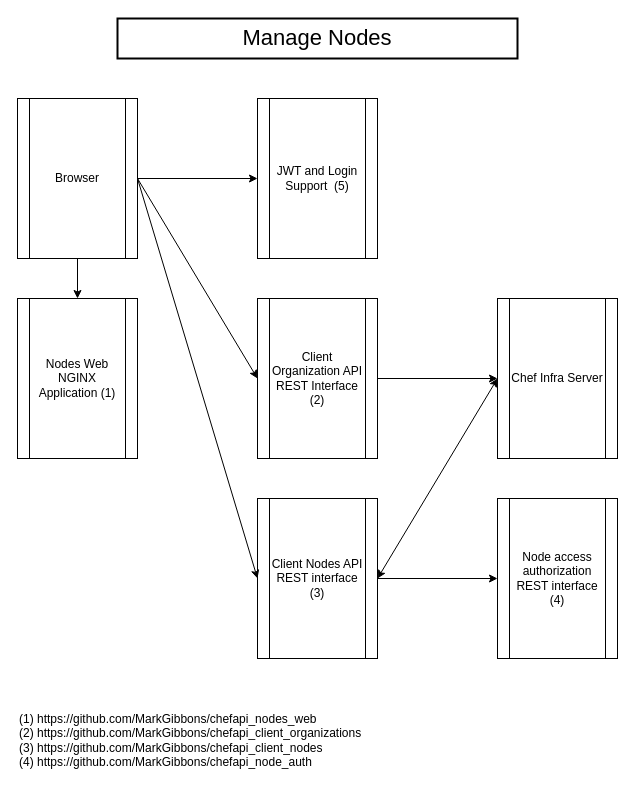
Above: ClientNodesComponents.drawio in MarkGibbons/chefapi_web (draw.io), before the change. Source tidied: cells renumbered, new cells numbered last; positions are measured from the earlier drawing's top-left corner, leaving out a move shared by most shapes. Both pictures are drawn from the tidied source at 100%, with x=0, y=0 at pixel (17, 18).
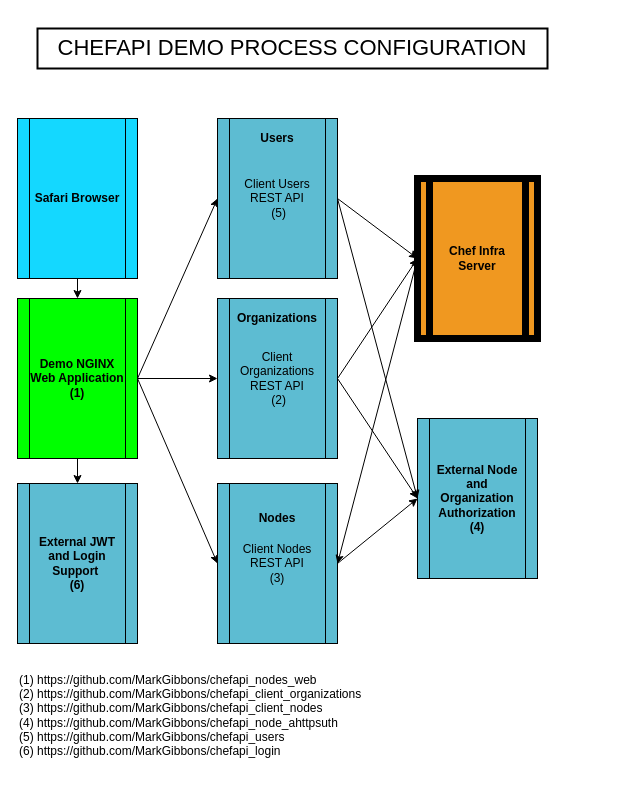
The same diagram, later.

Diff of the diagram source:
```diff
@@
-<mxGraphModel>
+<mxGraphModel background="#ffffff">
@@
-    <mxCell id="2" value="Node access authorization&lt;br&gt;REST interface (4)" style="shape=process;whiteSpace=wrap;html=1;backgroundOutline=1;" parent="1" vertex="1">
-      <mxGeometry x="480" y="480" width="120" height="160" as="geometry" />
+    <mxCell id="2" value="&lt;b&gt;External Node and Organization Authorization&lt;br&gt;(4)&lt;/b&gt;" style="shape=process;whiteSpace=wrap;html=1;backgroundOutline=1;fillColor=#5dbcd2;" parent="1" vertex="1">
+      <mxGeometry x="400" y="400" width="120" height="160" as="geometry" />
     </mxCell>
-    <mxCell id="3" value="&lt;br&gt;(1) https://github.com/MarkGibbons/chefapi_nodes_web&lt;br&gt;(2) https://github.com/MarkGibbons/chefapi_client_organizations&lt;br&gt;(3) https://github.com/MarkGibbons/chefapi_client_nodes&lt;br&gt;(4) https://github.com/MarkGibbons/chefapi_node_auth" style="text;html=1;align=left;verticalAlign=middle;" parent="1" vertex="1">
-      <mxGeometry y="675" width="360" height="80" as="geometry" />
+    <mxCell id="3" value="&lt;br&gt;(1) https://github.com/MarkGibbons/chefapi_nodes_web&lt;br&gt;(2) https://github.com/MarkGibbons/chefapi_client_organizations&lt;br&gt;(3) https://github.com/MarkGibbons/chefapi_client_nodes&lt;br&gt;(4) https://github.com/MarkGibbons/chefapi_node_ahttpsuth&lt;br&gt;(5) https://github.com/MarkGibbons/chefapi_users&lt;br&gt;(6) https://github.com/MarkGibbons/chefapi_login" style="text;html=1;align=left;verticalAlign=middle;fontFamily=arial;" parent="1" vertex="1">
+      <mxGeometry y="640" width="360" height="100" as="geometry" />
     </mxCell>
@@
-    <mxCell id="5" value="Browser" style="shape=process;whiteSpace=wrap;html=1;backgroundOutline=1;" parent="1" vertex="1">
-      <mxGeometry y="80" width="120" height="160" as="geometry" />
+    <mxCell id="5" value="&lt;b&gt;Safari Browser&lt;/b&gt;" style="shape=process;whiteSpace=wrap;html=1;backgroundOutline=1;fillColor=#14D8FF;fontFamily=arial;" parent="1" vertex="1">
+      <mxGeometry y="100" width="120" height="160" as="geometry" />
     </mxCell>
@@
-    <mxCell id="7" value="Chef Infra Server" style="shape=process;whiteSpace=wrap;html=1;backgroundOutline=1;" parent="1" vertex="1">
-      <mxGeometry x="480" y="280" width="120" height="160" as="geometry" />
-    </mxCell>
-    <mxCell id="8" value="Client Nodes API REST interface (3)" style="shape=process;whiteSpace=wrap;html=1;backgroundOutline=1;" parent="1" vertex="1">
-      <mxGeometry x="240" y="480" width="120" height="160" as="geometry" />
+    <mxCell id="8" value="Client Nodes REST API &lt;br&gt;(3)" style="shape=process;whiteSpace=wrap;html=1;backgroundOutline=1;fillColor=#5dbcd2;" parent="1" vertex="1">
+      <mxGeometry x="200" y="465" width="120" height="160" as="geometry" />
     </mxCell>
-    <mxCell id="9" value="Manage Nodes" style="text;html=1;strokeColor=#000000;fillColor=none;align=center;verticalAlign=middle;whiteSpace=wrap;rounded=0;strokeWidth=2;fontSize=22;" parent="1" vertex="1">
-      <mxGeometry x="100" width="400" height="40" as="geometry" />
+    <mxCell id="9" value="CHEFAPI DEMO PROCESS CONFIGURATION" style="text;html=1;strokeColor=#000000;fillColor=none;align=center;verticalAlign=middle;whiteSpace=wrap;rounded=0;strokeWidth=2;fontSize=22;fontFamily=arial;" parent="1" vertex="1">
+      <mxGeometry x="20" y="10" width="510" height="40" as="geometry" />
     </mxCell>
-    <mxCell id="10" style="endArrow=classic;html=1;fontSize=22;entryX=0;entryY=0.5;entryDx=0;entryDy=0;" parent="1" edge="1" target="8">
-      <mxGeometry relative="1" as="geometry">
-        <mxPoint x="120" y="160" as="sourcePoint" />
-      </mxGeometry>
+    <mxCell id="10" style="endArrow=classic;html=1;fontSize=22;entryX=0;entryY=0.5;entryDx=0;entryDy=0;exitX=1;exitY=0.5;exitDx=0;exitDy=0;" parent="1" edge="1" source="14" target="8">
+      <mxGeometry relative="1" as="geometry" />
     </mxCell>
-    <mxCell id="11" value="Client Organization API REST Interface (2)" style="shape=process;whiteSpace=wrap;html=1;backgroundOutline=1;" parent="1" vertex="1">
-      <mxGeometry x="240" y="280" width="120" height="160" as="geometry" />
+    <mxCell id="11" value="Client Organizations REST API&lt;br&gt;&amp;nbsp;(2)" style="shape=process;whiteSpace=wrap;html=1;backgroundOutline=1;fillColor=#5dbcd2;" parent="1" vertex="1">
+      <mxGeometry x="200" y="280" width="120" height="160" as="geometry" />
     </mxCell>
@@
-    <mxCell id="14" value="Nodes Web NGINX Application (1)" style="shape=process;whiteSpace=wrap;html=1;backgroundOutline=1;" parent="1" vertex="1">
+    <mxCell id="14" value="&lt;b&gt;Demo NGINX Web Application (1)&lt;/b&gt;" style="shape=process;whiteSpace=wrap;html=1;backgroundOutline=1;fillColor=#00FF00;fontFamily=arial;" parent="1" vertex="1">
       <mxGeometry y="280" width="120" height="160" as="geometry" />
     </mxCell>
-    <mxCell id="15" style="endArrow=classic;html=1;exitX=1;exitY=0.5;exitDx=0;exitDy=0;entryX=0;entryY=0.5;entryDx=0;entryDy=0;" parent="1" edge="1" source="5" target="11">
+    <mxCell id="15" style="endArrow=classic;html=1;exitX=1;exitY=0.5;exitDx=0;exitDy=0;entryX=0;entryY=0.5;entryDx=0;entryDy=0;" parent="1" edge="1" source="14" target="11">
       <mxGeometry relative="1" as="geometry" />
     </mxCell>
@@
-    <mxCell id="17" style="endArrow=classic;html=1;exitX=1;exitY=0.5;exitDx=0;exitDy=0;entryX=0;entryY=0.5;entryDx=0;entryDy=0;" parent="1" edge="1" source="8" target="2">
-      <mxGeometry relative="1" as="geometry" />
-    </mxCell>
-    <mxCell id="18" value="JWT and Login Support&amp;nbsp; (5)" style="shape=process;whiteSpace=wrap;html=1;backgroundOutline=1;" parent="1" vertex="1">
-      <mxGeometry x="240" y="80" width="120" height="160" as="geometry" />
+    <mxCell id="18" value="&lt;b&gt;External JWT and Login Support&amp;nbsp; &lt;br&gt;(6)&lt;/b&gt;" style="shape=process;whiteSpace=wrap;html=1;backgroundOutline=1;fillColor=#5dbcd2;" parent="1" vertex="1">
+      <mxGeometry y="465" width="120" height="160" as="geometry" />
     </mxCell>
-    <mxCell id="19" style="endArrow=classic;html=1;entryX=0;entryY=0.5;entryDx=0;entryDy=0;exitX=1;exitY=0.5;exitDx=0;exitDy=0;" parent="1" edge="1" source="5" target="18">
+    <mxCell id="19" style="endArrow=classic;html=1;entryX=0.5;entryY=0;entryDx=0;entryDy=0;exitX=0.5;exitY=1;exitDx=0;exitDy=0;" parent="1" edge="1" source="14" target="18">
       <mxGeometry relative="1" as="geometry" />
     </mxCell>
+    <mxCell id="20" value="Nodes" style="text;html=1;strokeColor=none;fillColor=none;align=center;verticalAlign=middle;whiteSpace=wrap;rounded=0;fontStyle=1;fontFamily=arial;" parent="1" vertex="1">
+      <mxGeometry x="240" y="490" width="40" height="20" as="geometry" />
+    </mxCell>
+    <mxCell id="21" value="Client Users REST API&lt;br&gt;&amp;nbsp;(5)" style="shape=process;whiteSpace=wrap;html=1;backgroundOutline=1;fillColor=#5dbcd2;" parent="1" vertex="1">
+      <mxGeometry x="200" y="100" width="120" height="160" as="geometry" />
+    </mxCell>
+    <mxCell id="22" value="&lt;b&gt;&lt;font face=&quot;arial&quot;&gt;Users&lt;/font&gt;&lt;/b&gt;" style="text;html=1;strokeColor=none;fillColor=none;align=center;verticalAlign=middle;whiteSpace=wrap;rounded=0;" parent="1" vertex="1">
+      <mxGeometry x="240" y="110" width="40" height="20" as="geometry" />
+    </mxCell>
+    <mxCell id="23" style="endArrow=classic;html=1;exitX=1;exitY=0.5;exitDx=0;exitDy=0;" parent="1" edge="1" source="7">
+      <mxGeometry relative="1" as="geometry">
+        <mxPoint x="480" y="240" as="targetPoint" />
+      </mxGeometry>
+    </mxCell>
+    <mxCell id="24" style="endArrow=classic;html=1;exitX=1;exitY=0.5;exitDx=0;exitDy=0;entryX=0;entryY=0.5;entryDx=0;entryDy=0;" parent="1" edge="1" source="14" target="21">
+      <mxGeometry relative="1" as="geometry" />
+    </mxCell>
+    <mxCell id="25" style="endArrow=classic;html=1;entryX=0;entryY=0.5;entryDx=0;entryDy=0;exitX=1;exitY=0.5;exitDx=0;exitDy=0;" parent="1" edge="1" source="21" target="2">
+      <mxGeometry relative="1" as="geometry" />
+    </mxCell>
+    <mxCell id="26" style="endArrow=classic;html=1;exitX=1;exitY=0.5;exitDx=0;exitDy=0;entryX=0;entryY=0.5;entryDx=0;entryDy=0;" parent="1" edge="1" source="11" target="2">
+      <mxGeometry relative="1" as="geometry" />
+    </mxCell>
+    <mxCell id="17" style="endArrow=classic;html=1;exitX=1;exitY=0.5;exitDx=0;exitDy=0;entryX=0;entryY=0.5;entryDx=0;entryDy=0;" parent="1" edge="1" source="8" target="2">
+      <mxGeometry relative="1" as="geometry" />
+    </mxCell>
+    <mxCell id="27" value="&lt;b&gt;Organizations&lt;/b&gt;" style="text;html=1;strokeColor=none;fillColor=none;align=center;verticalAlign=middle;whiteSpace=wrap;rounded=0;fontFamily=arial;" parent="1" vertex="1">
+      <mxGeometry x="240" y="290" width="40" height="20" as="geometry" />
+    </mxCell>
+    <mxCell id="7" value="&lt;b&gt;&lt;font face=&quot;arial&quot;&gt;Chef Infra Server&lt;/font&gt;&lt;/b&gt;" style="shape=process;whiteSpace=wrap;html=1;backgroundOutline=1;labelBackgroundColor=none;fontColor=#000000;labelBorderColor=none;fillColor=#f09820;strokeWidth=7;" parent="1" vertex="1">
+      <mxGeometry x="400" y="160" width="120" height="160" as="geometry" />
+    </mxCell>
+    <mxCell id="28" style="endArrow=classic;html=1;exitX=1;exitY=0.5;exitDx=0;exitDy=0;entryX=0;entryY=0.5;entryDx=0;entryDy=0;" parent="1" edge="1" source="21" target="7">
+      <mxGeometry relative="1" as="geometry" />
+    </mxCell>
```
